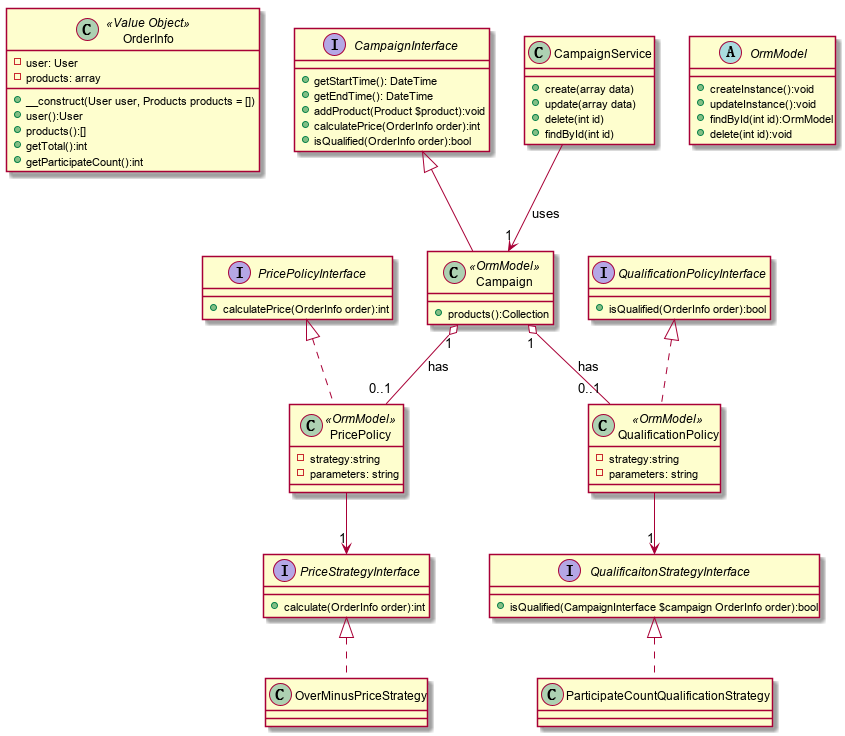
Earlier version of the PlantUML export docs/campaign-class.png (rockysynergy/laravel-yacommerce). Its diagram source:
```plantuml
@startuml campaign-class
Class OrderInfo <<Value Object>> {
    -user: User
    -products: array
    +__construct(User user, Products products = [])
    +user():User
    +products():[]
    +getTotal():int
    +getParticipateCount():int
}
interface CampaignInterface {
    +getStartTime(): DateTime
    +getEndTime(): DateTime
    +addProduct(Product $product):void
    +calculatePrice(OrderInfo order):int
    +isQualified(OrderInfo order):bool
}
interface PricePolicyInterface {
    +calculatePrice(OrderInfo order):int
}
interface PriceStrategyInterface {
    +calculate(OrderInfo order):int
}
interface QualificationPolicyInterface {
    +isQualified(OrderInfo order):bool
}
interface QualificaitonStrategyInterface {
    +isQualified(CampaignInterface $campaign OrderInfo order):bool
}

abstract OrmModel {
    +createInstance():void
    +updateInstance():void
    +findById(int id):OrmModel
    +delete(int id):void
}

class Campaign <<OrmModel>> {
    +products():Collection
}
class PricePolicy <<OrmModel>> {
    -strategy:string
    -parameters: string
}
class OverMinusPriceStrategy
class QualificationPolicy <<OrmModel>> {
    -strategy:string
    -parameters: string
}
class ParticipateCountQualificationStrategy
class CampaignService {
    +create(array data)
    +update(array data)
    +delete(int id)
    +findById(int id)
}


PricePolicyInterface <|.. PricePolicy
PriceStrategyInterface <|.. OverMinusPriceStrategy
QualificationPolicyInterface <|.. QualificationPolicy
QualificaitonStrategyInterface <|.. ParticipateCountQualificationStrategy
CampaignInterface <|-- Campaign

Campaign "1" o-- "0..1" PricePolicy : has
Campaign "1" o-- "0..1" QualificationPolicy : has
PricePolicy --> "1" PriceStrategyInterface
QualificationPolicy --> "1" QualificaitonStrategyInterface
CampaignService --> "1" Campaign : uses
@enduml
```
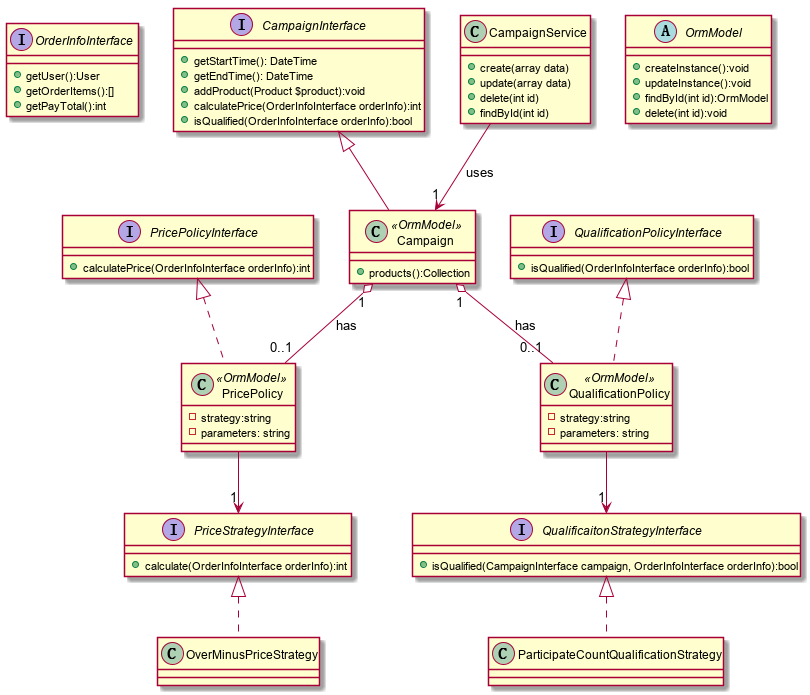
After the commit.

Change to the diagram source:
```diff
@@ -1,31 +1,27 @@
 @startuml campaign-class
-Class OrderInfo <<Value Object>> {
-    -user: User
-    -products: array
-    +__construct(User user, Products products = [])
-    +user():User
-    +products():[]
-    +getTotal():int
-    +getParticipateCount():int
+Interface OrderInfoInterface {
+    +getUser():User
+    +getOrderItems():[]
+    +getPayTotal():int
 }
 interface CampaignInterface {
     +getStartTime(): DateTime
     +getEndTime(): DateTime
     +addProduct(Product $product):void
-    +calculatePrice(OrderInfo order):int
-    +isQualified(OrderInfo order):bool
+    +calculatePrice(OrderInfoInterface orderInfo):int
+    +isQualified(OrderInfoInterface orderInfo):bool
 }
 interface PricePolicyInterface {
-    +calculatePrice(OrderInfo order):int
+    +calculatePrice(OrderInfoInterface orderInfo):int
 }
 interface PriceStrategyInterface {
-    +calculate(OrderInfo order):int
+    +calculate(OrderInfoInterface orderInfo):int
 }
 interface QualificationPolicyInterface {
-    +isQualified(OrderInfo order):bool
+    +isQualified(OrderInfoInterface orderInfo):bool
 }
 interface QualificaitonStrategyInterface {
-    +isQualified(CampaignInterface $campaign OrderInfo order):bool
+    +isQualified(CampaignInterface campaign, OrderInfoInterface orderInfo):bool
 }
 
 abstract OrmModel {
```
